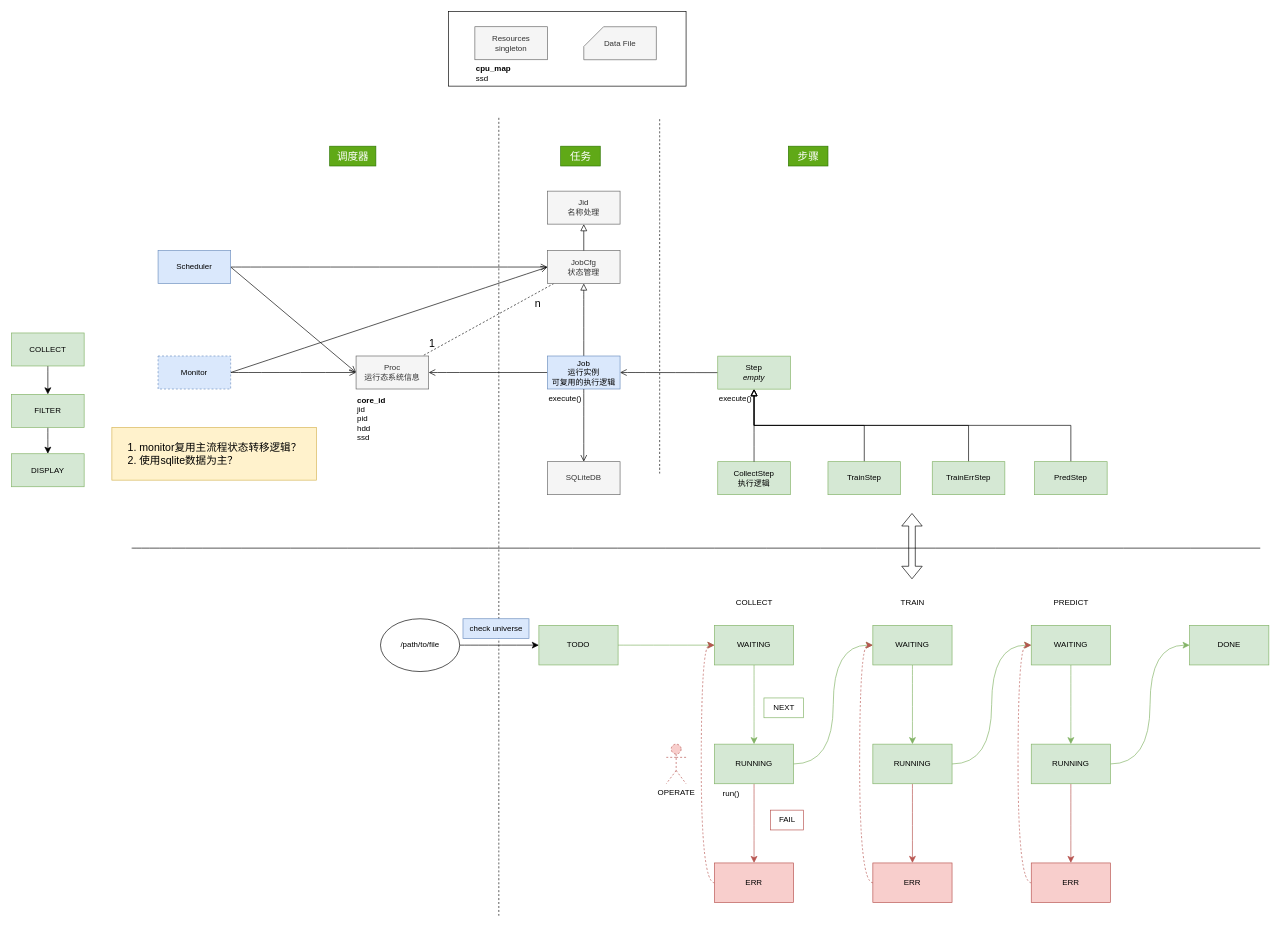
Above: practice.drawio in mistyeye11/drawio (draw.io), before the change. Source tidied: cells renumbered, new cells numbered last; positions are measured from the earlier drawing's top-left corner, leaving out a move shared by most shapes. Both pictures are drawn from the tidied source at 66%, with x=0, y=0 at pixel (11, 11).
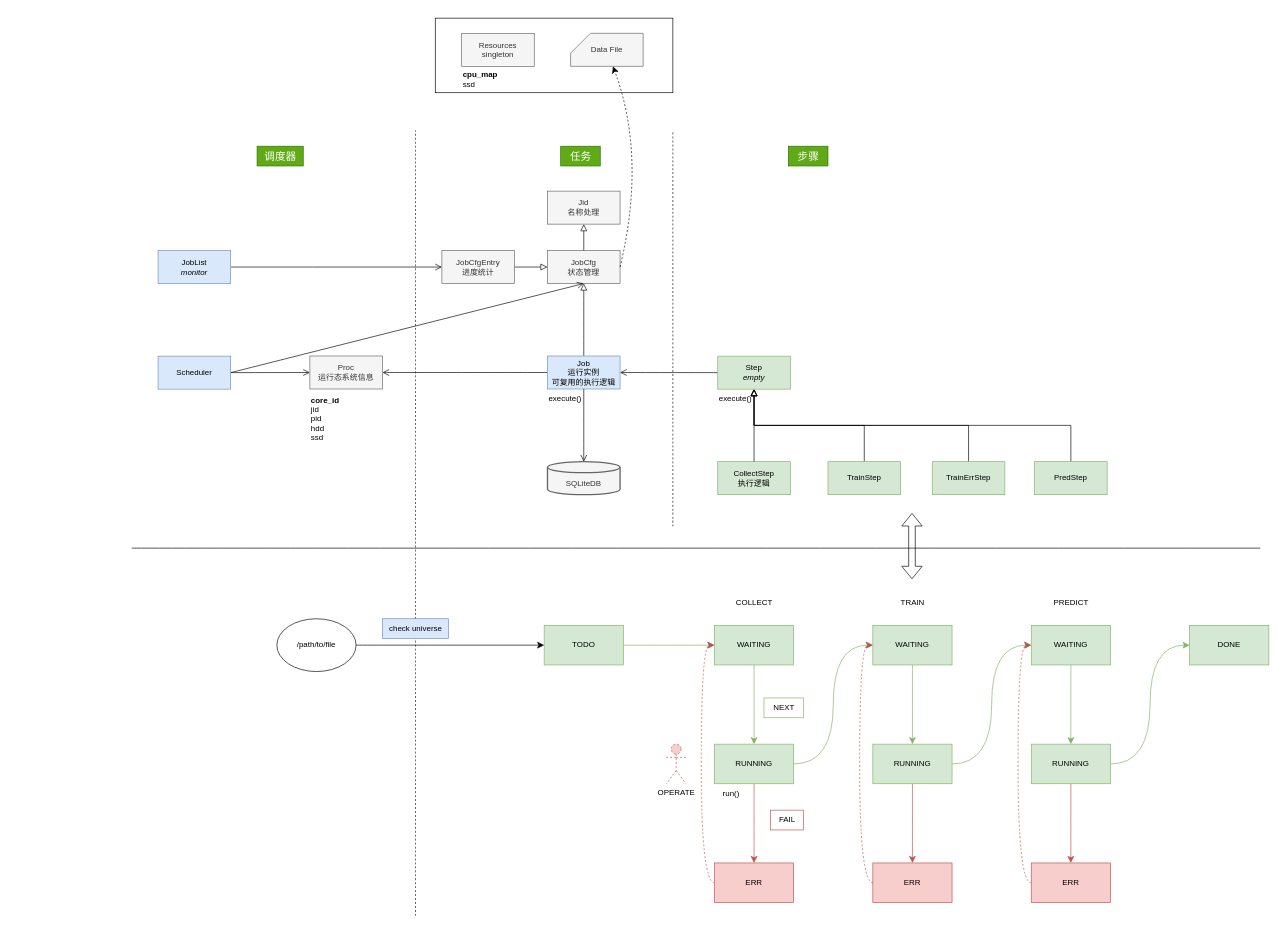
The same page after the edit.

The change refers to these unchanged cells:
```xml
<mxCell id="6" value="&lt;div&gt;JobCfg&lt;/div&gt;&lt;div&gt;状态管理&lt;/div&gt;" style="html=1;whiteSpace=wrap;fillColor=#f5f5f5;strokeColor=#666666;fontColor=#333333;" parent="1" vertex="1">
  <mxGeometry x="812" y="362.1" width="110" height="50" as="geometry" />
</mxCell>
<mxCell id="49" value="&lt;div&gt;Proc&lt;/div&gt;运行态系统信息" style="html=1;whiteSpace=wrap;fillColor=#f5f5f5;strokeColor=#666666;fontColor=#333333;" parent="48" vertex="1">
  <mxGeometry width="110" height="50" as="geometry" />
</mxCell>
<mxCell id="81" value="Data File" style="html=1;whiteSpace=wrap;fillColor=#f5f5f5;strokeColor=#666666;shape=card;fontColor=#333333;" parent="76" vertex="1">
  <mxGeometry x="205" y="23" width="110" height="50" as="geometry" />
</mxCell>
```

Diff of the diagram source:
```diff
@@
     <mxCell id="2" style="endArrow=none;dashed=1;html=1;rounded=0;fontSize=12;startSize=8;endSize=8;curved=1;" parent="1" edge="1">
       <mxGeometry relative="1" as="geometry">
-        <mxPoint x="738.3" y="1370" as="sourcePoint" />
-        <mxPoint x="738.3" y="160" as="targetPoint" />
+        <mxPoint x="612" y="1370" as="sourcePoint" />
+        <mxPoint x="612" y="180" as="targetPoint" />
       </mxGeometry>
     </mxCell>
-    <mxCell id="3" style="edgeStyle=none;curved=1;rounded=0;jettySize=auto;html=1;exitX=0;exitY=0.5;exitDx=0;exitDy=0;entryX=1;entryY=0.5;entryDx=0;entryDy=0;fontSize=12;startSize=8;endSize=8;endArrow=none;endFill=0;startArrow=open;startFill=0;" parent="1" edge="1" source="6" target="14">
-      <mxGeometry relative="1" as="geometry" />
-    </mxCell>
@@
-    <mxCell id="5" style="edgeStyle=none;curved=1;rounded=0;jettySize=auto;html=1;fontSize=12;dashed=1;endArrow=none;endFill=0;" parent="1" edge="1" source="6" target="49">
-      <mxGeometry relative="1" as="geometry" />
-    </mxCell>
@@
-    <mxCell id="11" style="edgeStyle=none;curved=1;rounded=0;jettySize=auto;html=1;exitX=1;exitY=0.5;exitDx=0;exitDy=0;entryX=0;entryY=0.5;entryDx=0;entryDy=0;fontSize=12;startSize=8;endSize=8;endArrow=open;endFill=0;" parent="1" edge="1" source="12" target="6">
+    <mxCell id="11" style="edgeStyle=none;curved=1;rounded=0;jettySize=auto;html=1;exitX=1;exitY=0.5;exitDx=0;exitDy=0;entryX=0.5;entryY=1;entryDx=0;entryDy=0;fontSize=12;startSize=8;endSize=8;endArrow=open;endFill=0;" parent="1" edge="1" source="12" target="6">
       <mxGeometry relative="1" as="geometry" />
     </mxCell>
     <mxCell id="12" value="&lt;div&gt;Scheduler&lt;/div&gt;" style="html=1;whiteSpace=wrap;fillColor=#dae8fc;strokeColor=#6c8ebf;" parent="1" vertex="1">
-      <mxGeometry x="222" y="362.1" width="110" height="50" as="geometry" />
+      <mxGeometry x="222" y="522.1" width="110" height="50" as="geometry" />
     </mxCell>
-    <mxCell id="13" style="edgeStyle=none;curved=1;rounded=0;jettySize=auto;html=1;exitX=1;exitY=0.5;exitDx=0;exitDy=0;entryX=0;entryY=0.5;entryDx=0;entryDy=0;fontSize=12;startSize=8;endSize=8;endArrow=open;endFill=0;startArrow=none;startFill=0;" parent="1" edge="1" source="14" target="49">
-      <mxGeometry relative="1" as="geometry" />
-    </mxCell>
+    <mxCell id="89" style="edgeStyle=none;curved=1;rounded=0;jettySize=auto;html=1;fontSize=12;startSize=8;endSize=8;endArrow=block;endFill=0;" parent="1" edge="1" source="14" target="6">
+      <mxGeometry relative="1" as="geometry" />
+    </mxCell>
-    <mxCell id="14" value="Monitor" style="html=1;whiteSpace=wrap;fillColor=#dae8fc;strokeColor=#6c8ebf;dashed=1;" parent="1" vertex="1">
-      <mxGeometry x="222" y="521.9" width="110" height="50" as="geometry" />
+    <mxCell id="14" value="&lt;div&gt;JobCfgEntry&lt;/div&gt;&lt;div&gt;进度统计&lt;br&gt;&lt;/div&gt;" style="html=1;whiteSpace=wrap;fillColor=#f5f5f5;strokeColor=#666666;fontColor=#333333;" parent="1" vertex="1">
+      <mxGeometry x="652" y="362.1" width="110" height="50" as="geometry" />
     </mxCell>
@@
     <mxCell id="16" value="TODO" style="rounded=0;whiteSpace=wrap;html=1;fillColor=#d5e8d4;strokeColor=#82b366;" parent="1" vertex="1">
-      <mxGeometry x="799" y="930" width="120" height="60" as="geometry" />
+      <mxGeometry x="807" y="930" width="120" height="60" as="geometry" />
     </mxCell>
@@
     <mxCell id="41" value="/path/to/file" style="ellipse;whiteSpace=wrap;html=1;" parent="1" vertex="1">
-      <mxGeometry x="559" y="920" width="120" height="80" as="geometry" />
+      <mxGeometry x="402" y="920" width="120" height="80" as="geometry" />
     </mxCell>
     <mxCell id="42" value="check universe" style="text;html=1;align=center;verticalAlign=middle;fontSize=12;fillColor=#dae8fc;strokeColor=#6c8ebf;" parent="1" vertex="1">
-      <mxGeometry x="684" y="920" width="100" height="30" as="geometry" />
+      <mxGeometry x="562" y="920" width="100" height="30" as="geometry" />
     </mxCell>
@@
     <mxCell id="46" value="调度器" style="text;html=1;align=center;verticalAlign=middle;strokeColor=#2D7600;fillColor=#60a917;fontSize=16;fontColor=#ffffff;" parent="1" vertex="1">
-      <mxGeometry x="482" y="204" width="70" height="30" as="geometry" />
+      <mxGeometry x="372" y="204" width="70" height="30" as="geometry" />
     </mxCell>
@@
     <mxCell id="48" style="group;" parent="1" vertex="1">
-      <mxGeometry x="522" y="521.9" width="110" height="140" as="geometry" />
+      <mxGeometry x="452" y="521.9" width="110" height="140" as="geometry" />
     </mxCell>
@@
-    <mxCell id="57" value="1" style="text;html=1;align=center;verticalAlign=middle;strokeColor=none;fillColor=none;fontSize=16;" parent="1" vertex="1">
-      <mxGeometry x="622" y="487" width="30" height="30" as="geometry" />
-    </mxCell>
-    <mxCell id="58" value="n" style="text;html=1;align=center;verticalAlign=middle;strokeColor=none;fillColor=none;fontSize=16;" parent="1" vertex="1">
-      <mxGeometry x="782" y="427" width="30" height="30" as="geometry" />
-    </mxCell>
@@
     <mxCell id="68" style="endArrow=none;dashed=1;html=1;rounded=0;fontSize=12;startSize=8;endSize=8;curved=1;" parent="1" edge="1">
       <mxGeometry relative="1" as="geometry">
-        <mxPoint x="982" y="700" as="sourcePoint" />
-        <mxPoint x="982" y="160" as="targetPoint" />
+        <mxPoint x="1002" y="780" as="sourcePoint" />
+        <mxPoint x="1002" y="180" as="targetPoint" />
       </mxGeometry>
     </mxCell>
@@
-    <mxCell id="71" value="&lt;ol&gt;&lt;li&gt;monitor复用主流程状态转移逻辑？&lt;/li&gt;&lt;li&gt;使用sqlite数据为主？&lt;br&gt;&lt;/li&gt;&lt;/ol&gt;" style="text;html=1;align=left;verticalAlign=middle;strokeColor=#d6b656;fillColor=#fff2cc;fontSize=16;" parent="1" vertex="1">
-      <mxGeometry x="152" y="630" width="310" height="80" as="geometry" />
-    </mxCell>
@@
-    <mxCell id="75" value="SQLiteDB" style="html=1;whiteSpace=wrap;fillColor=#f5f5f5;strokeColor=#666666;fontColor=#333333;" parent="1" vertex="1">
+    <mxCell id="75" value="&lt;br&gt;&lt;div&gt;SQLiteDB&lt;/div&gt;" style="html=1;whiteSpace=wrap;fillColor=#f5f5f5;strokeColor=#666666;fontColor=#333333;strokeWidth=2;shape=mxgraph.flowchart.database;" parent="1" vertex="1">
       <mxGeometry x="812" y="682" width="110" height="50" as="geometry" />
     </mxCell>
     <mxCell id="76" style="group;" parent="1" vertex="1">
-      <mxGeometry x="662" width="360" height="113" as="geometry" />
+      <mxGeometry x="642" y="10" width="360" height="113" as="geometry" />
     </mxCell>
@@
-    <mxCell id="84" style="edgeStyle=none;curved=1;rounded=0;jettySize=auto;html=1;exitX=0.5;exitY=1;exitDx=0;exitDy=0;entryX=0.5;entryY=0;entryDx=0;entryDy=0;fontSize=12;startSize=8;endSize=8;" parent="1" edge="1" source="85" target="87">
-      <mxGeometry relative="1" as="geometry" />
-    </mxCell>
-    <mxCell id="85" value="&lt;div&gt;COLLECT&lt;/div&gt;" style="html=1;whiteSpace=wrap;fillColor=#d5e8d4;strokeColor=#82b366;" parent="1" vertex="1">
-      <mxGeometry y="487" width="110" height="50" as="geometry" />
-    </mxCell>
-    <mxCell id="86" style="edgeStyle=none;curved=1;rounded=0;jettySize=auto;html=1;fontSize=12;startSize=8;endSize=8;" parent="1" edge="1" source="87" target="88">
-      <mxGeometry relative="1" as="geometry" />
-    </mxCell>
-    <mxCell id="87" value="FILTER" style="html=1;whiteSpace=wrap;fillColor=#d5e8d4;strokeColor=#82b366;" parent="1" vertex="1">
-      <mxGeometry y="580" width="110" height="50" as="geometry" />
-    </mxCell>
-    <mxCell id="88" value="DISPLAY" style="html=1;whiteSpace=wrap;fillColor=#d5e8d4;strokeColor=#82b366;" parent="1" vertex="1">
-      <mxGeometry y="670" width="110" height="50" as="geometry" />
-    </mxCell>
+    <mxCell id="90" style="edgeStyle=none;curved=1;rounded=0;jettySize=auto;html=1;exitX=1;exitY=0.5;exitDx=0;exitDy=0;entryX=0;entryY=0.5;entryDx=0;entryDy=0;fontSize=12;startSize=8;endSize=8;endArrow=open;endFill=0;" parent="1" edge="1" source="91" target="14">
+      <mxGeometry relative="1" as="geometry" />
+    </mxCell>
+    <mxCell id="91" value="&lt;div&gt;JobList&lt;/div&gt;&lt;div&gt;&lt;i&gt;monitor&lt;/i&gt;&lt;br&gt;&lt;/div&gt;" style="html=1;whiteSpace=wrap;fillColor=#dae8fc;strokeColor=#6c8ebf;" parent="1" vertex="1">
+      <mxGeometry x="222" y="362.1" width="110" height="50" as="geometry" />
+    </mxCell>
+    <mxCell id="92" style="edgeStyle=none;curved=1;rounded=0;jettySize=auto;html=1;exitX=1;exitY=0.5;exitDx=0;exitDy=0;fontSize=12;startSize=8;endSize=8;dashed=1;" parent="1" edge="1" source="6" target="81">
+      <mxGeometry relative="1" as="geometry">
+        <Array as="points">
+          <mxPoint x="962" y="220" />
+        </Array>
+      </mxGeometry>
+    </mxCell>
```
